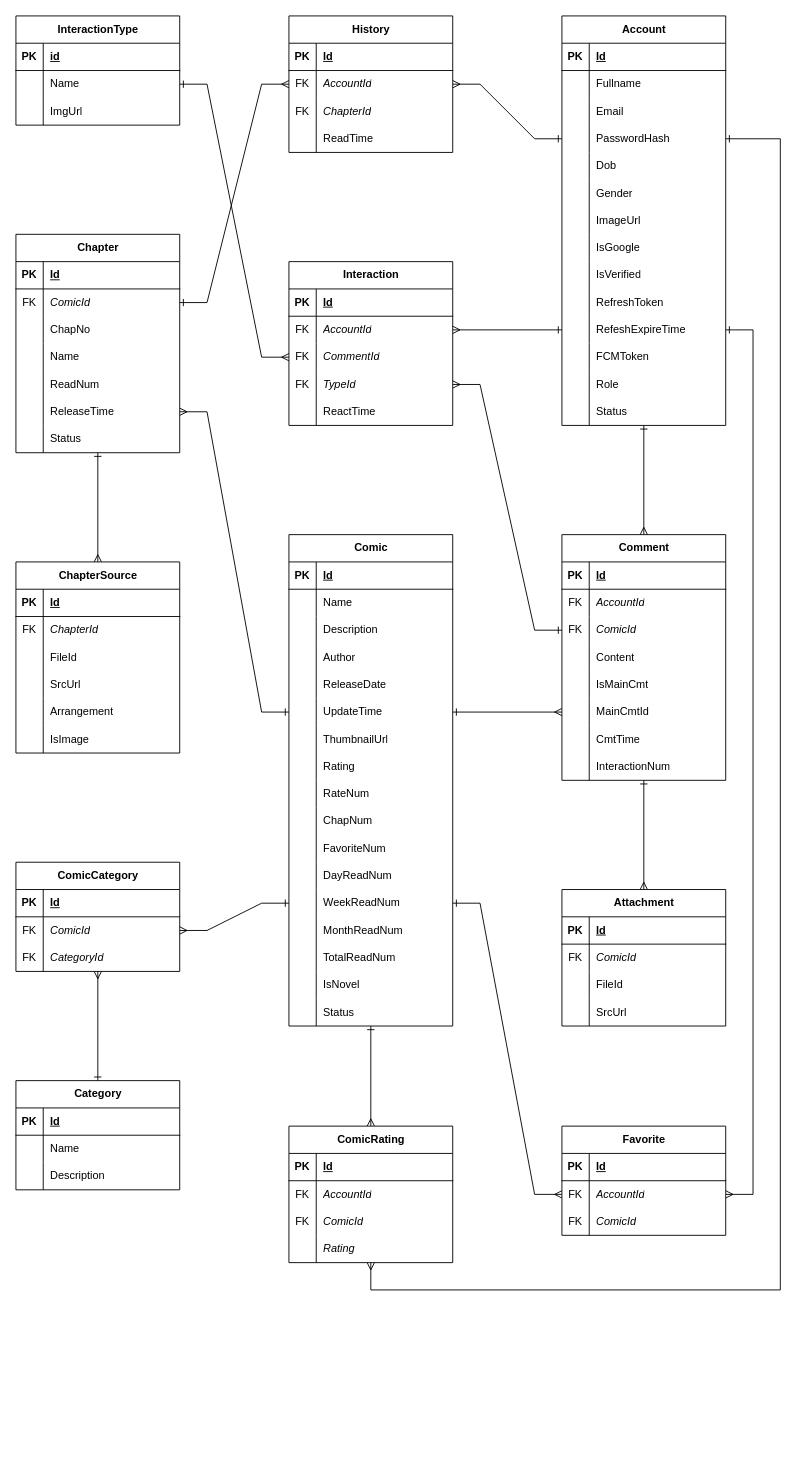
Above: page "Logical" (2 of 2) of OnComics.Scripts/OnComics-ERD-Diagram.drawio in hiepquoc0607/OnComics (draw.io), before the change. Source tidied: cells renumbered, new cells numbered last; positions are measured from the earlier drawing's top-left corner, leaving out a move shared by most shapes. Both pictures are drawn from the tidied source at 91%, with x=0, y=0 at pixel (15, 15).
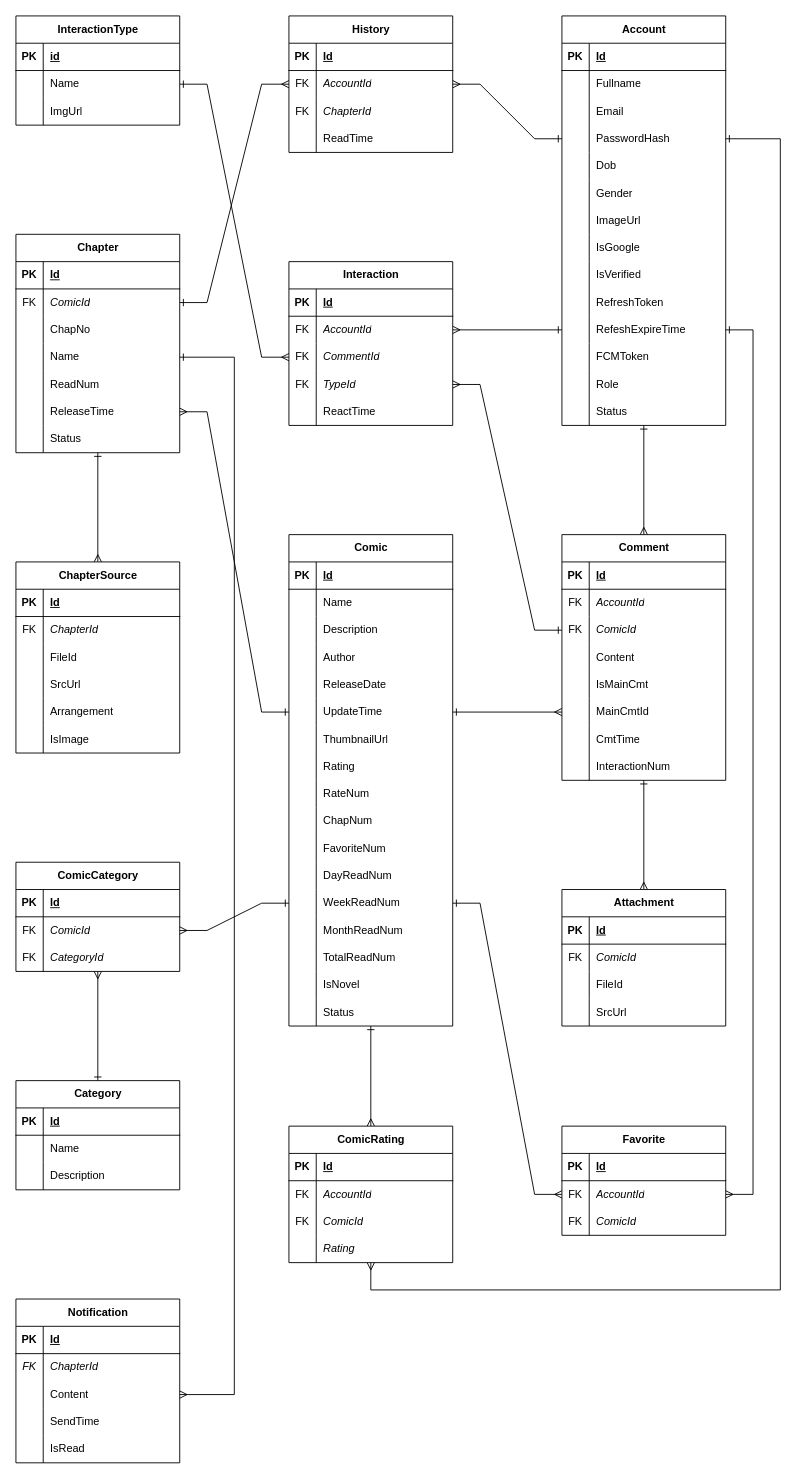
Above is the later version.

Unchanged cells that the change refers to:
```xml
<mxCell id="122" style="shape=tableRow;horizontal=0;startSize=0;swimlaneHead=0;swimlaneBody=0;fillColor=none;points=[[0,0.5],[1,0.5]];portConstraint=eastwest;top=0;left=0;right=0;bottom=0;" parent="112" vertex="1">
  <mxGeometry y="120" width="180" height="30" as="geometry" />
</mxCell>
```

The edit, as a diff of the source:
```diff
@@
+    <mxCell id="274" value="Notification" style="shape=table;startSize=30;childLayout=tableLayout;rowLines=0;fontStyle=1;align=center;html=1;" parent="1" vertex="1">
+      <mxGeometry y="1410" width="180" height="180" as="geometry" />
+    </mxCell>
+    <mxCell id="275" style="shape=tableRow;horizontal=0;startSize=0;swimlaneHead=0;swimlaneBody=0;fillColor=none;top=0;left=0;right=0;bottom=1;" parent="274" vertex="1">
+      <mxGeometry y="30" width="180" height="30" as="geometry" />
+    </mxCell>
+    <mxCell id="276" value="PK" style="shape=partialRectangle;fillColor=none;top=0;left=0;bottom=0;right=0;fontStyle=1;overflow=hidden;whiteSpace=wrap;html=1;" parent="275" vertex="1">
+      <mxGeometry width="30" height="30" as="geometry" />
+    </mxCell>
+    <mxCell id="277" value="Id" style="shape=partialRectangle;fillColor=none;top=0;left=0;bottom=0;right=0;align=left;spacingLeft=6;fontStyle=5;overflow=hidden;whiteSpace=wrap;html=1;" parent="275" vertex="1">
+      <mxGeometry x="30" width="150" height="30" as="geometry" />
+    </mxCell>
+    <mxCell id="278" style="shape=tableRow;horizontal=0;startSize=0;swimlaneHead=0;swimlaneBody=0;fillColor=none;top=0;left=0;right=0;bottom=0;" parent="274" vertex="1">
+      <mxGeometry y="60" width="180" height="30" as="geometry" />
+    </mxCell>
+    <mxCell id="279" value="FK" style="shape=partialRectangle;fillColor=none;top=0;left=0;bottom=0;right=0;overflow=hidden;whiteSpace=wrap;html=1;fontStyle=2;" parent="278" vertex="1">
+      <mxGeometry width="30" height="30" as="geometry" />
+    </mxCell>
+    <mxCell id="280" value="ChapterId" style="shape=partialRectangle;fillColor=none;top=0;left=0;bottom=0;right=0;align=left;spacingLeft=6;overflow=hidden;whiteSpace=wrap;html=1;fontStyle=2;" parent="278" vertex="1">
+      <mxGeometry x="30" width="150" height="30" as="geometry" />
+    </mxCell>
+    <mxCell id="281" style="shape=tableRow;horizontal=0;startSize=0;swimlaneHead=0;swimlaneBody=0;fillColor=none;points=[[0,0.5],[1,0.5]];portConstraint=eastwest;top=0;left=0;right=0;bottom=0;" parent="274" vertex="1">
+      <mxGeometry y="90" width="180" height="30" as="geometry" />
+    </mxCell>
+    <mxCell id="282" style="shape=partialRectangle;fillColor=none;top=0;left=0;bottom=0;right=0;overflow=hidden;whiteSpace=wrap;html=1;fontStyle=2;" parent="281" vertex="1">
+      <mxGeometry width="30" height="30" as="geometry" />
+    </mxCell>
+    <mxCell id="283" value="&lt;span style=&quot;font-style: normal;&quot;&gt;Content&lt;/span&gt;" style="shape=partialRectangle;fillColor=none;top=0;left=0;bottom=0;right=0;align=left;spacingLeft=6;overflow=hidden;whiteSpace=wrap;html=1;fontStyle=2;" parent="281" vertex="1">
+      <mxGeometry x="30" width="150" height="30" as="geometry" />
+    </mxCell>
+    <mxCell id="284" style="shape=tableRow;horizontal=0;startSize=0;swimlaneHead=0;swimlaneBody=0;fillColor=none;top=0;left=0;right=0;bottom=0;" parent="274" vertex="1">
+      <mxGeometry y="120" width="180" height="30" as="geometry" />
+    </mxCell>
+    <mxCell id="285" style="shape=partialRectangle;fillColor=none;top=0;left=0;bottom=0;right=0;overflow=hidden;whiteSpace=wrap;html=1;" parent="284" vertex="1">
+      <mxGeometry width="30" height="30" as="geometry" />
+    </mxCell>
+    <mxCell id="286" value="SendTime" style="shape=partialRectangle;fillColor=none;top=0;left=0;bottom=0;right=0;align=left;spacingLeft=6;overflow=hidden;whiteSpace=wrap;html=1;" parent="284" vertex="1">
+      <mxGeometry x="30" width="150" height="30" as="geometry" />
+    </mxCell>
+    <mxCell id="287" style="shape=tableRow;horizontal=0;startSize=0;swimlaneHead=0;swimlaneBody=0;fillColor=none;top=0;left=0;right=0;bottom=0;" parent="274" vertex="1">
+      <mxGeometry y="150" width="180" height="30" as="geometry" />
+    </mxCell>
+    <mxCell id="288" style="shape=partialRectangle;fillColor=none;top=0;left=0;bottom=0;right=0;overflow=hidden;whiteSpace=wrap;html=1;" parent="287" vertex="1">
+      <mxGeometry width="30" height="30" as="geometry" />
+    </mxCell>
+    <mxCell id="289" value="IsRead" style="shape=partialRectangle;fillColor=none;top=0;left=0;bottom=0;right=0;align=left;spacingLeft=6;overflow=hidden;whiteSpace=wrap;html=1;" parent="287" vertex="1">
+      <mxGeometry x="30" width="150" height="30" as="geometry" />
+    </mxCell>
+    <mxCell id="290" style="endArrow=ERmany;html=1;rounded=0;startArrow=ERone;startFill=0;endFill=0;exitX=1;exitY=0.5;exitDx=0;exitDy=0;entryX=1;entryY=0.5;entryDx=0;entryDy=0;edgeStyle=orthogonalEdgeStyle;" parent="1" edge="1" source="122" target="281">
+      <mxGeometry relative="1" as="geometry">
+        <Array as="points">
+          <mxPoint x="240" y="375" />
+          <mxPoint x="240" y="1515" />
+        </Array>
+      </mxGeometry>
+    </mxCell>
```
